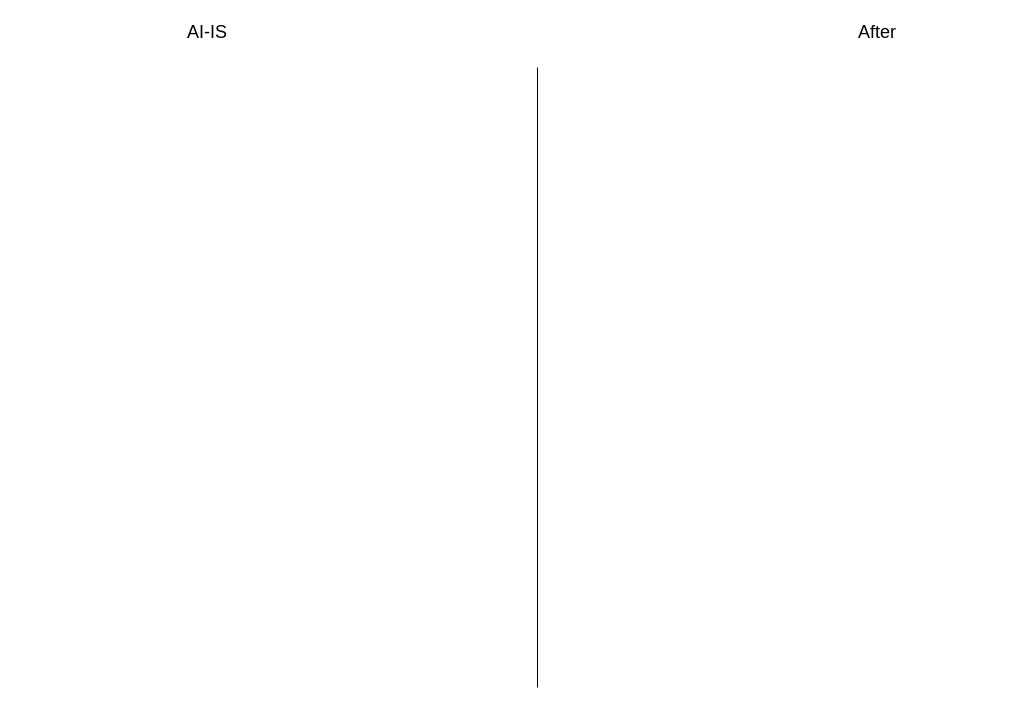
halfmonth/record keeps this draw.io diagram as page "环境准备" (1 of 5) of 未命名绘图.drawio. Above is the earlier version. Source tidied: cells renumbered, new cells numbered last; positions are measured from the earlier drawing's top-left corner, leaving out a move shared by most shapes. Both pictures are drawn from the tidied source at 100%, with x=0, y=0 at pixel (177, 17).
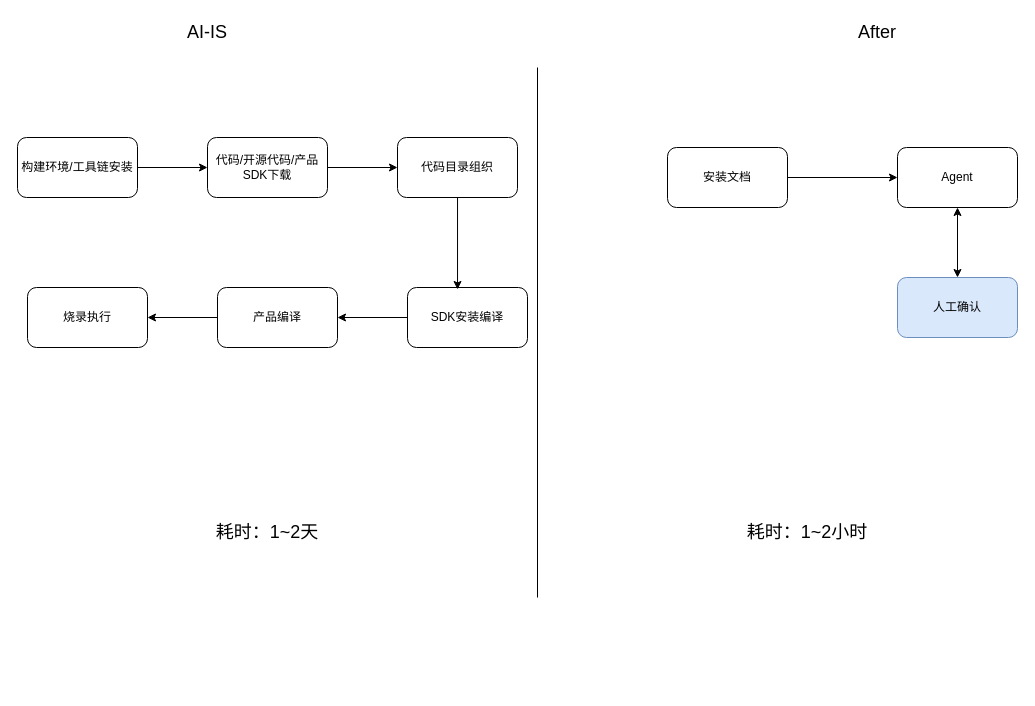
The same diagram, later.

Diff of the diagram source:
```diff
@@
     <mxCell id="3" style="endArrow=none;html=1;rounded=0;" parent="1" edge="1">
       <mxGeometry relative="1" as="geometry">
-        <mxPoint x="360" y="670" as="sourcePoint" />
+        <mxPoint x="360" y="580" as="sourcePoint" />
         <mxPoint x="360" y="50" as="targetPoint" />
       </mxGeometry>
     </mxCell>
@@
+    <mxCell id="5" style="edgeStyle=orthogonalEdgeStyle;rounded=0;jettySize=auto;html=1;entryX=0;entryY=0.5;entryDx=0;entryDy=0;" parent="1" edge="1" source="6" target="8">
+      <mxGeometry relative="1" as="geometry" />
+    </mxCell>
+    <mxCell id="6" value="构建环境/工具链安装" style="rounded=1;whiteSpace=wrap;html=1;" parent="1" vertex="1">
+      <mxGeometry x="-160" y="120" width="120" height="60" as="geometry" />
+    </mxCell>
+    <mxCell id="7" style="edgeStyle=orthogonalEdgeStyle;rounded=0;jettySize=auto;html=1;entryX=0;entryY=0.5;entryDx=0;entryDy=0;" parent="1" edge="1" source="8" target="9">
+      <mxGeometry relative="1" as="geometry" />
+    </mxCell>
+    <mxCell id="8" value="代码/开源代码/产品SDK下载" style="rounded=1;whiteSpace=wrap;html=1;" parent="1" vertex="1">
+      <mxGeometry x="30" y="120" width="120" height="60" as="geometry" />
+    </mxCell>
+    <mxCell id="9" value="代码目录组织" style="rounded=1;whiteSpace=wrap;html=1;" parent="1" vertex="1">
+      <mxGeometry x="220" y="120" width="120" height="60" as="geometry" />
+    </mxCell>
+    <mxCell id="10" style="edgeStyle=orthogonalEdgeStyle;rounded=0;jettySize=auto;html=1;entryX=1;entryY=0.5;entryDx=0;entryDy=0;" parent="1" edge="1" source="11" target="16">
+      <mxGeometry relative="1" as="geometry" />
+    </mxCell>
+    <mxCell id="11" value="SDK安装编译" style="rounded=1;whiteSpace=wrap;html=1;" parent="1" vertex="1">
+      <mxGeometry x="230" y="270" width="120" height="60" as="geometry" />
+    </mxCell>
+    <mxCell id="12" style="edgeStyle=orthogonalEdgeStyle;rounded=0;jettySize=auto;html=1;entryX=0;entryY=0.5;entryDx=0;entryDy=0;" parent="1" edge="1" source="13" target="14">
+      <mxGeometry relative="1" as="geometry" />
+    </mxCell>
+    <mxCell id="13" value="安装文档" style="rounded=1;whiteSpace=wrap;html=1;" parent="1" vertex="1">
+      <mxGeometry x="490" y="130" width="120" height="60" as="geometry" />
+    </mxCell>
+    <mxCell id="14" value="Agent" style="rounded=1;whiteSpace=wrap;html=1;" parent="1" vertex="1">
+      <mxGeometry x="720" y="130" width="120" height="60" as="geometry" />
+    </mxCell>
+    <mxCell id="15" style="edgeStyle=orthogonalEdgeStyle;rounded=0;jettySize=auto;html=1;entryX=1;entryY=0.5;entryDx=0;entryDy=0;" parent="1" edge="1" source="16" target="17">
+      <mxGeometry relative="1" as="geometry" />
+    </mxCell>
+    <mxCell id="16" value="产品编译" style="rounded=1;whiteSpace=wrap;html=1;" parent="1" vertex="1">
+      <mxGeometry x="40" y="270" width="120" height="60" as="geometry" />
+    </mxCell>
+    <mxCell id="17" value="烧录执行" style="rounded=1;whiteSpace=wrap;html=1;" parent="1" vertex="1">
+      <mxGeometry x="-150" y="270" width="120" height="60" as="geometry" />
+    </mxCell>
+    <mxCell id="18" style="edgeStyle=orthogonalEdgeStyle;rounded=0;jettySize=auto;html=1;entryX=0.417;entryY=0.033;entryDx=0;entryDy=0;entryPerimeter=0;" parent="1" edge="1" source="9" target="11">
+      <mxGeometry relative="1" as="geometry" />
+    </mxCell>
+    <mxCell id="19" value="&lt;font style=&quot;font-size: 18px;&quot;&gt;耗时：1~2天&lt;/font&gt;" style="text;html=1;whiteSpace=wrap;strokeColor=none;fillColor=none;align=center;verticalAlign=middle;rounded=0;" parent="1" vertex="1">
+      <mxGeometry y="500" width="180" height="30" as="geometry" />
+    </mxCell>
+    <mxCell id="20" value="&lt;font style=&quot;font-size: 18px;&quot;&gt;耗时：1~2小时&lt;/font&gt;" style="text;html=1;whiteSpace=wrap;strokeColor=none;fillColor=none;align=center;verticalAlign=middle;rounded=0;" parent="1" vertex="1">
+      <mxGeometry x="540" y="500" width="180" height="30" as="geometry" />
+    </mxCell>
+    <mxCell id="21" style="edgeStyle=orthogonalEdgeStyle;rounded=0;jettySize=auto;html=1;entryX=0.5;entryY=1;entryDx=0;entryDy=0;startArrow=classic;startFill=1;" parent="1" edge="1" source="22" target="14">
+      <mxGeometry relative="1" as="geometry" />
+    </mxCell>
+    <mxCell id="22" value="人工确认" style="rounded=1;whiteSpace=wrap;html=1;fillColor=#dae8fc;strokeColor=#6c8ebf;" parent="1" vertex="1">
+      <mxGeometry x="720" y="260" width="120" height="60" as="geometry" />
+    </mxCell>
```
